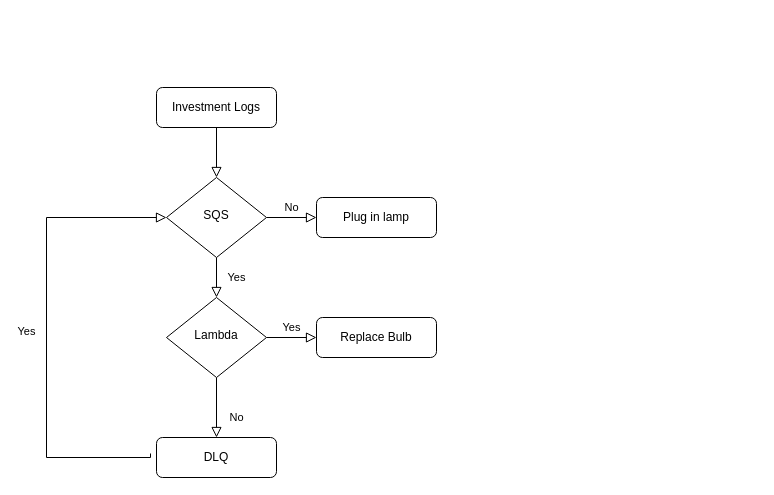
prasannawilliams/high-level-architecture keeps this draw.io diagram as invesmentAuditLogs.drawio. Above is the earlier version. Source tidied: cells renumbered, new cells numbered last; positions are measured from the earlier drawing's top-left corner, leaving out a move shared by most shapes. Both pictures are drawn from the tidied source at 100%, with x=0, y=0 at pixel (46, 87).
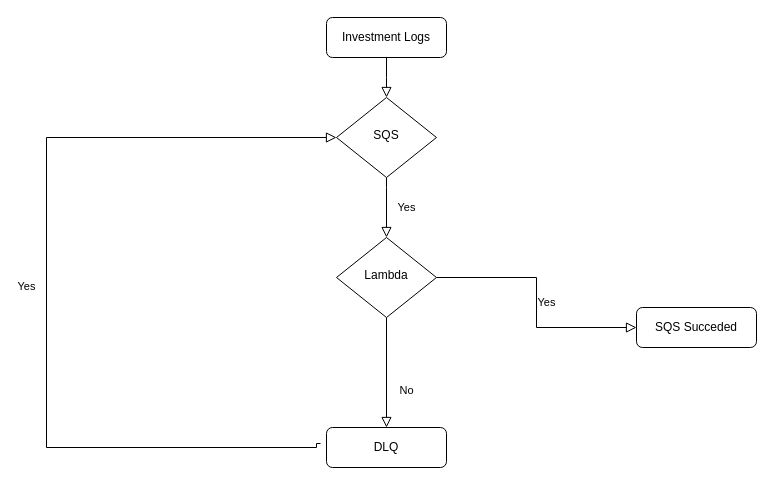
After the change.

What changed in the source:
```diff
@@
 <mxGraphModel>
   <root>
     <mxCell id="0" />
     <mxCell id="1" parent="0" />
     <mxCell id="2" style="rounded=0;html=1;jettySize=auto;fontSize=11;endArrow=block;endFill=0;endSize=8;strokeWidth=1;shadow=0;labelBackgroundColor=none;edgeStyle=orthogonalEdgeStyle;" parent="1" edge="1" source="3" target="6">
-      <mxGeometry relative="1" as="geometry" />
+      <mxGeometry relative="1" as="geometry">
+        <Array as="points">
+          <mxPoint x="340" y="-10" />
+          <mxPoint x="340" y="-10" />
+        </Array>
+      </mxGeometry>
     </mxCell>
     <mxCell id="3" value="Investment Logs" style="rounded=1;whiteSpace=wrap;html=1;fontSize=12;glass=0;strokeWidth=1;shadow=0;" parent="1" vertex="1">
-      <mxGeometry x="110" width="120" height="40" as="geometry" />
+      <mxGeometry x="280" y="-70" width="120" height="40" as="geometry" />
     </mxCell>
     <mxCell id="4" value="Yes" style="rounded=0;html=1;jettySize=auto;fontSize=11;endArrow=block;endFill=0;endSize=8;strokeWidth=1;shadow=0;labelBackgroundColor=none;edgeStyle=orthogonalEdgeStyle;" parent="1" edge="1" source="6" target="10">
       <mxGeometry y="20" relative="1" as="geometry">
         <Array as="points">
-          <mxPoint x="120" y="140" />
-          <mxPoint x="120" y="140" />
+          <mxPoint x="340" y="100" />
+          <mxPoint x="340" y="100" />
         </Array>
       </mxGeometry>
     </mxCell>
-    <mxCell id="5" value="No" style="edgeStyle=orthogonalEdgeStyle;rounded=0;html=1;jettySize=auto;fontSize=11;endArrow=block;endFill=0;endSize=8;strokeWidth=1;shadow=0;labelBackgroundColor=none;" parent="1" edge="1" source="6" target="7">
-      <mxGeometry y="10" relative="1" as="geometry" />
-    </mxCell>
     <mxCell id="6" value="SQS" style="rhombus;whiteSpace=wrap;html=1;shadow=0;fontFamily=Helvetica;fontSize=12;align=center;strokeWidth=1;spacing=6;spacingTop=-4;" parent="1" vertex="1">
-      <mxGeometry x="120" y="90" width="100" height="80" as="geometry" />
+      <mxGeometry x="290" y="10" width="100" height="80" as="geometry" />
     </mxCell>
-    <mxCell id="7" value="Plug in lamp" style="rounded=1;whiteSpace=wrap;html=1;fontSize=12;glass=0;strokeWidth=1;shadow=0;" parent="1" vertex="1">
-      <mxGeometry x="270" y="110" width="120" height="40" as="geometry" />
-    </mxCell>
     <mxCell id="8" value="No" style="rounded=0;html=1;jettySize=auto;fontSize=11;endArrow=block;endFill=0;endSize=8;strokeWidth=1;shadow=0;labelBackgroundColor=none;edgeStyle=orthogonalEdgeStyle;" parent="1" edge="1" source="10" target="11">
       <mxGeometry x="0.33" y="20" relative="1" as="geometry" />
     </mxCell>
     <mxCell id="9" value="Yes" style="edgeStyle=orthogonalEdgeStyle;rounded=0;html=1;jettySize=auto;fontSize=11;endArrow=block;endFill=0;endSize=8;strokeWidth=1;shadow=0;labelBackgroundColor=none;" parent="1" edge="1" source="10" target="12">
       <mxGeometry y="10" relative="1" as="geometry" />
     </mxCell>
     <mxCell id="10" value="Lambda" style="rhombus;whiteSpace=wrap;html=1;shadow=0;fontFamily=Helvetica;fontSize=12;align=center;strokeWidth=1;spacing=6;spacingTop=-4;" parent="1" vertex="1">
-      <mxGeometry x="120" y="210" width="100" height="80" as="geometry" />
+      <mxGeometry x="290" y="150" width="100" height="80" as="geometry" />
     </mxCell>
     <mxCell id="11" value="DLQ" style="rounded=1;whiteSpace=wrap;html=1;fontSize=12;glass=0;strokeWidth=1;shadow=0;" parent="1" vertex="1">
-      <mxGeometry x="110" y="350" width="120" height="40" as="geometry" />
+      <mxGeometry x="280" y="340" width="120" height="40" as="geometry" />
     </mxCell>
-    <mxCell id="12" value="Replace Bulb" style="rounded=1;whiteSpace=wrap;html=1;fontSize=12;glass=0;strokeWidth=1;shadow=0;" parent="1" vertex="1">
-      <mxGeometry x="270" y="230" width="120" height="40" as="geometry" />
+    <mxCell id="12" value="SQS Succeded" style="rounded=1;whiteSpace=wrap;html=1;fontSize=12;glass=0;strokeWidth=1;shadow=0;" parent="1" vertex="1">
+      <mxGeometry x="590" y="220" width="120" height="40" as="geometry" />
     </mxCell>
     <mxCell id="13" value="Yes" style="rounded=0;html=1;jettySize=auto;fontSize=11;endArrow=block;endFill=0;endSize=8;strokeWidth=1;shadow=0;labelBackgroundColor=none;edgeStyle=orthogonalEdgeStyle;exitX=-0.05;exitY=0.4;exitDx=0;exitDy=0;entryX=0;entryY=0.5;entryDx=0;entryDy=0;exitPerimeter=0;" parent="1" edge="1" source="11" target="6">
       <mxGeometry y="20" relative="1" as="geometry">
         <Array as="points">
-          <mxPoint x="104" y="370" />
-          <mxPoint y="370" />
-          <mxPoint y="130" />
+          <mxPoint x="270" y="356" />
+          <mxPoint x="270" y="360" />
+          <mxPoint y="360" />
+          <mxPoint y="50" />
         </Array>
       </mxGeometry>
     </mxCell>
   </root>
 </mxGraphModel>
```
